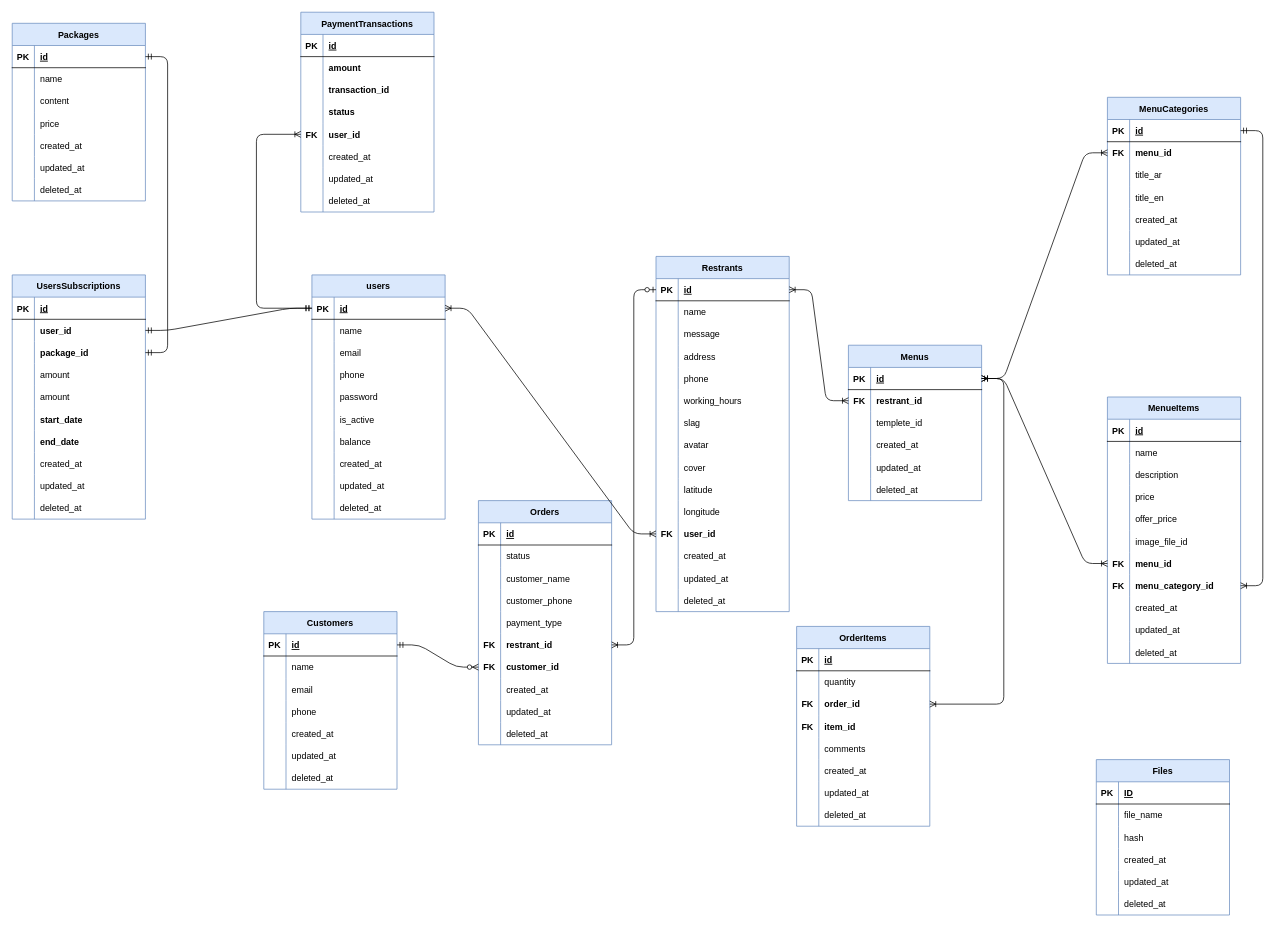
zchacker/resMenu keeps this draw.io diagram as database.drawio. Above is the earlier version. Source tidied: cells renumbered, new cells numbered last; positions are measured from the earlier drawing's top-left corner, leaving out a move shared by most shapes. Both pictures are drawn from the tidied source at 74%, with x=0, y=0 at pixel (12, 12).
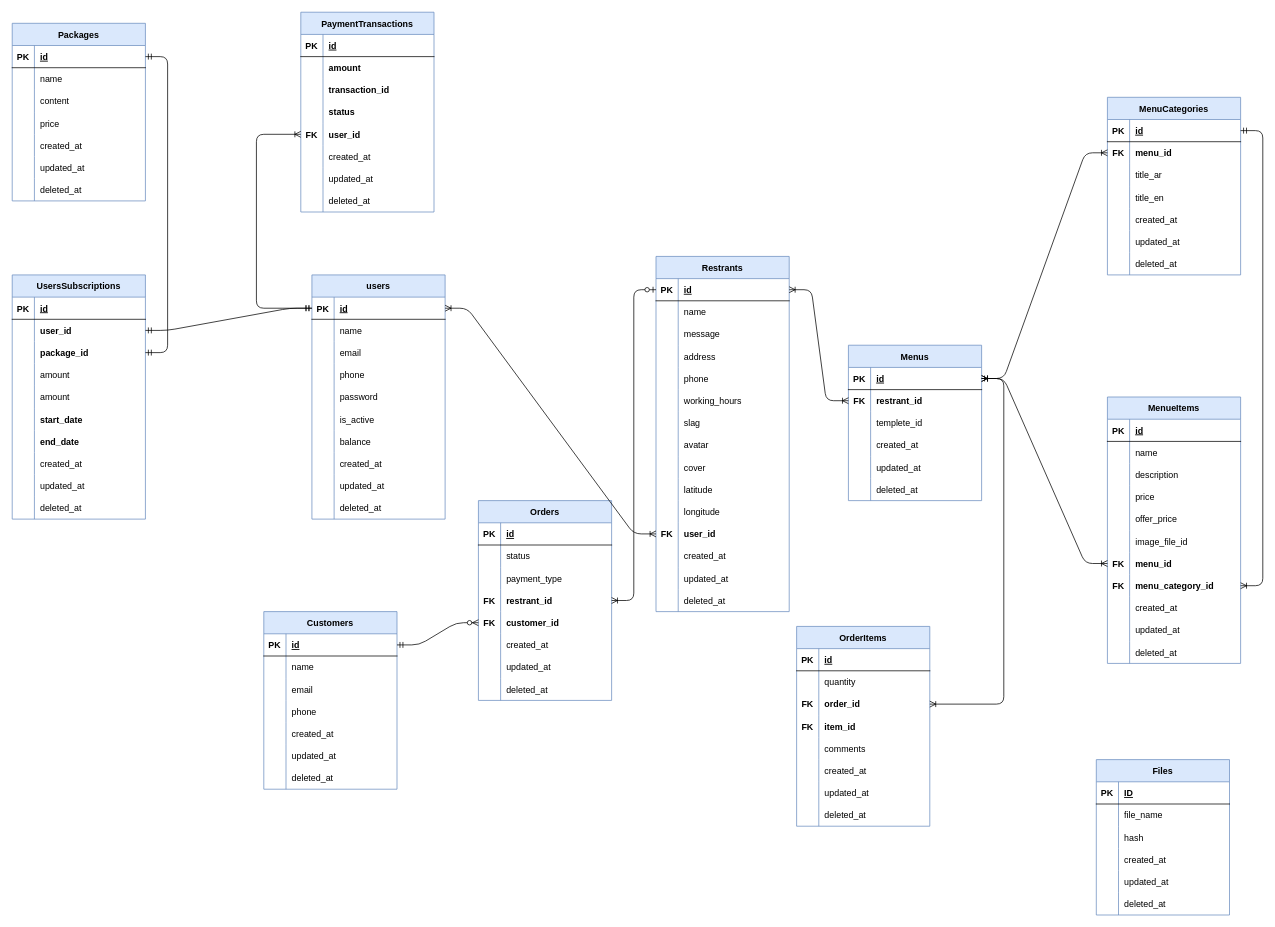
After the change.

Change to the diagram source:
```diff
@@
     <mxCell id="176" value="Orders" style="shape=table;startSize=30;childLayout=tableLayout;rowLines=0;fontStyle=1;align=center;fillColor=#dae8fc;strokeColor=#6c8ebf;" parent="1" vertex="1">
-      <mxGeometry x="630" y="660" width="180" height="330" as="geometry" />
+      <mxGeometry x="630" y="660" width="180" height="270" as="geometry" />
     </mxCell>
@@
-    <mxCell id="183" style="shape=partialRectangle;fillColor=none;top=0;left=0;bottom=0;right=0;" parent="176" vertex="1">
-      <mxGeometry y="90" width="180" height="30" as="geometry" />
-    </mxCell>
-    <mxCell id="184" style="shape=partialRectangle;fillColor=none;top=0;left=0;bottom=0;right=0;overflow=hidden;" parent="183" vertex="1">
-      <mxGeometry width="30" height="30" as="geometry" />
-    </mxCell>
-    <mxCell id="185" value="customer_name" style="shape=partialRectangle;fillColor=none;top=0;left=0;bottom=0;right=0;align=left;spacingLeft=6;overflow=hidden;" parent="183" vertex="1">
-      <mxGeometry x="30" width="150" height="30" as="geometry" />
-    </mxCell>
-    <mxCell id="186" style="shape=partialRectangle;fillColor=none;top=0;left=0;bottom=0;right=0;" parent="176" vertex="1">
-      <mxGeometry y="120" width="180" height="30" as="geometry" />
-    </mxCell>
-    <mxCell id="187" style="shape=partialRectangle;fillColor=none;top=0;left=0;bottom=0;right=0;overflow=hidden;" parent="186" vertex="1">
-      <mxGeometry width="30" height="30" as="geometry" />
-    </mxCell>
-    <mxCell id="188" value="customer_phone" style="shape=partialRectangle;fillColor=none;top=0;left=0;bottom=0;right=0;align=left;spacingLeft=6;overflow=hidden;" parent="186" vertex="1">
-      <mxGeometry x="30" width="150" height="30" as="geometry" />
-    </mxCell>
     <mxCell id="189" style="shape=partialRectangle;fillColor=none;top=0;left=0;bottom=0;right=0;" parent="176" vertex="1">
-      <mxGeometry y="150" width="180" height="30" as="geometry" />
+      <mxGeometry y="90" width="180" height="30" as="geometry" />
     </mxCell>
@@
     <mxCell id="192" style="shape=partialRectangle;fillColor=none;top=0;left=0;bottom=0;right=0;points=[[0,0.5],[1,0.5]];portConstraint=eastwest;" parent="176" vertex="1">
-      <mxGeometry y="180" width="180" height="30" as="geometry" />
+      <mxGeometry y="120" width="180" height="30" as="geometry" />
     </mxCell>
@@
     <mxCell id="195" style="shape=partialRectangle;fillColor=none;top=0;left=0;bottom=0;right=0;points=[[0,0.5],[1,0.5]];portConstraint=eastwest;" parent="176" vertex="1">
-      <mxGeometry y="210" width="180" height="30" as="geometry" />
+      <mxGeometry y="150" width="180" height="30" as="geometry" />
     </mxCell>
@@
     <mxCell id="198" style="shape=partialRectangle;fillColor=none;top=0;left=0;bottom=0;right=0;" parent="176" vertex="1">
-      <mxGeometry y="240" width="180" height="30" as="geometry" />
+      <mxGeometry y="180" width="180" height="30" as="geometry" />
     </mxCell>
@@
     <mxCell id="201" style="shape=partialRectangle;fillColor=none;top=0;left=0;bottom=0;right=0;" parent="176" vertex="1">
-      <mxGeometry y="270" width="180" height="30" as="geometry" />
+      <mxGeometry y="210" width="180" height="30" as="geometry" />
     </mxCell>
@@
     <mxCell id="204" style="shape=partialRectangle;fillColor=none;top=0;left=0;bottom=0;right=0;" parent="176" vertex="1">
-      <mxGeometry y="300" width="180" height="30" as="geometry" />
+      <mxGeometry y="240" width="180" height="30" as="geometry" />
     </mxCell>
```
